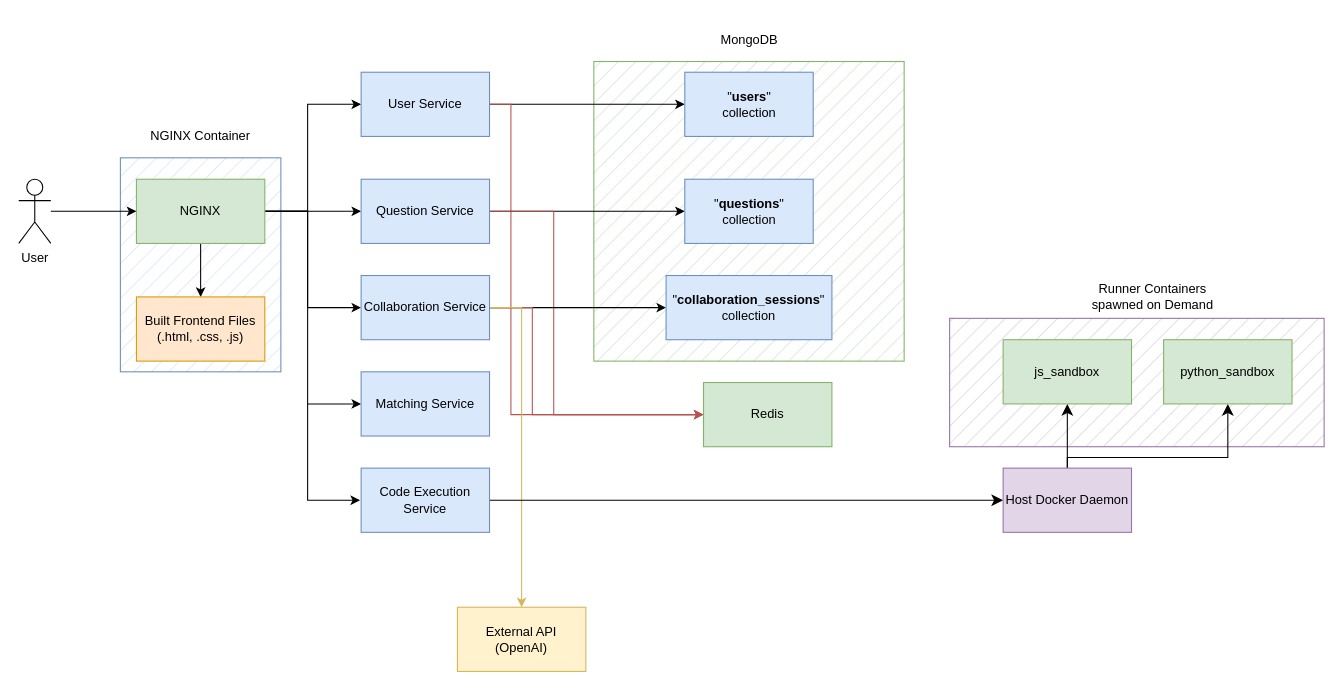
Before: docs/Overall Diagram.drawio in Vatinius/cs3219-ay2526s1-project-g05, a draw.io diagram. Source tidied: cells renumbered, new cells numbered last; positions are measured from the earlier drawing's top-left corner, leaving out a move shared by most shapes. Both pictures are drawn from the tidied source at 107%, with x=0, y=0 at pixel (18, 18).
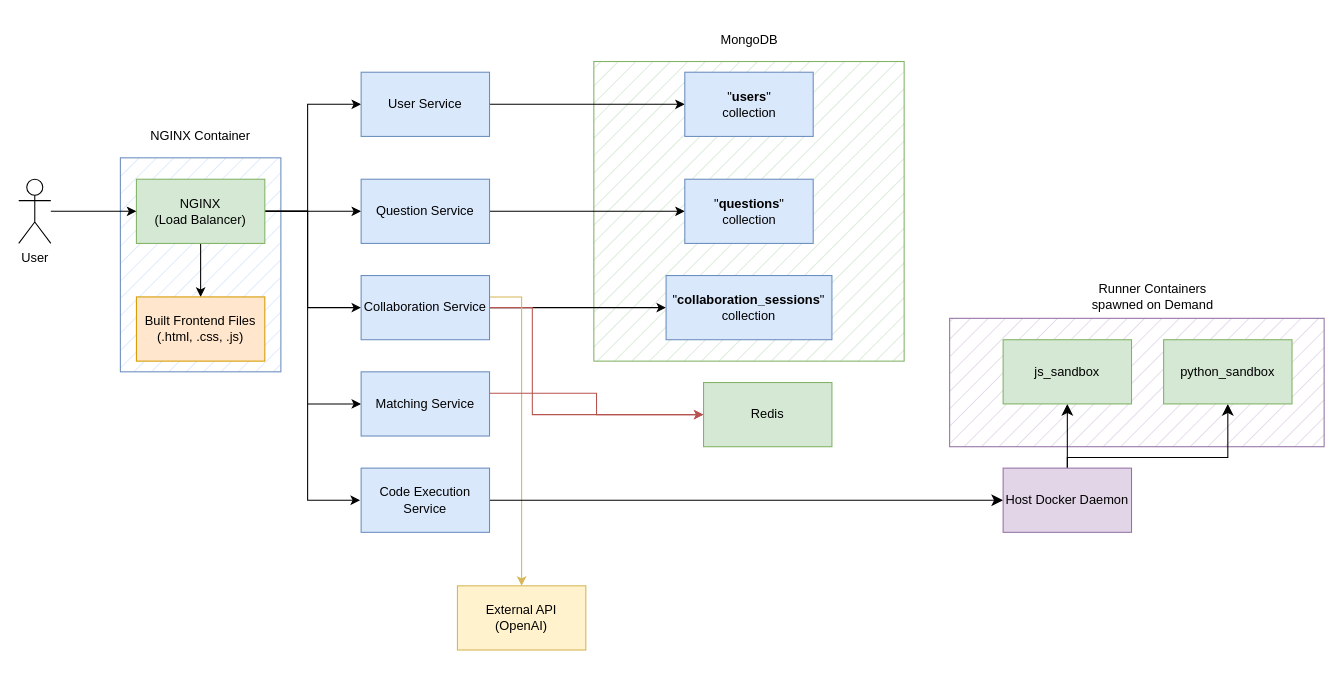
Above is the later version.

Unchanged cells that the change refers to:
```xml
<mxCell id="5" value="Redis" style="rounded=0;whiteSpace=wrap;html=1;fillColor=#d5e8d4;strokeColor=#82b366;" parent="1" vertex="1">
  <mxGeometry x="640" y="340" width="120" height="60" as="geometry" />
</mxCell>
<mxCell id="17" value="User Service" style="rounded=0;whiteSpace=wrap;html=1;fillColor=#dae8fc;strokeColor=#6c8ebf;" parent="1" vertex="1">
  <mxGeometry x="320" y="50" width="120" height="60" as="geometry" />
</mxCell>
<mxCell id="20" value="Question Service" style="rounded=0;whiteSpace=wrap;html=1;fillColor=#dae8fc;strokeColor=#6c8ebf;" parent="1" vertex="1">
  <mxGeometry x="320" y="150" width="120" height="60" as="geometry" />
</mxCell>
<mxCell id="24" value="Collaboration Service" style="rounded=0;whiteSpace=wrap;html=1;fillColor=#dae8fc;strokeColor=#6c8ebf;" parent="1" vertex="1">
  <mxGeometry x="320" y="240" width="120" height="60" as="geometry" />
</mxCell>
<mxCell id="25" value="Matching Service" style="rounded=0;whiteSpace=wrap;html=1;fillColor=#dae8fc;strokeColor=#6c8ebf;" parent="1" vertex="1">
  <mxGeometry x="320" y="330" width="120" height="60" as="geometry" />
</mxCell>
```

Change to the diagram source:
```diff
@@
-    <mxCell id="11" value="NGINX" style="rounded=0;whiteSpace=wrap;html=1;fillColor=#d5e8d4;strokeColor=#82b366;" parent="1" vertex="1">
+    <mxCell id="11" value="NGINX&lt;div&gt;(Load Balancer)&lt;/div&gt;" style="rounded=0;whiteSpace=wrap;html=1;fillColor=#d5e8d4;strokeColor=#82b366;" parent="1" vertex="1">
       <mxGeometry x="110" y="150" width="120" height="60" as="geometry" />
     </mxCell>
@@
-    <mxCell id="16" style="edgeStyle=orthogonalEdgeStyle;rounded=0;jettySize=auto;html=1;entryX=0;entryY=0.5;entryDx=0;entryDy=0;fillColor=#f8cecc;strokeColor=#b85450;" parent="1" edge="1" source="17" target="5">
-      <mxGeometry relative="1" as="geometry">
-        <Array as="points">
-          <mxPoint x="460" y="80" />
-          <mxPoint x="460" y="370" />
-        </Array>
-      </mxGeometry>
-    </mxCell>
@@
-    <mxCell id="19" style="edgeStyle=orthogonalEdgeStyle;rounded=0;jettySize=auto;html=1;entryX=0;entryY=0.5;entryDx=0;entryDy=0;fillColor=#f8cecc;strokeColor=#b85450;" parent="1" edge="1" source="20" target="5">
-      <mxGeometry relative="1" as="geometry">
-        <Array as="points">
-          <mxPoint x="500" y="180" />
-          <mxPoint x="500" y="370" />
-        </Array>
-      </mxGeometry>
-    </mxCell>
@@
-    <mxCell id="23" style="edgeStyle=orthogonalEdgeStyle;rounded=0;jettySize=auto;html=1;fillColor=#fff2cc;strokeColor=#d6b656;entryX=0.5;entryY=0;entryDx=0;entryDy=0;" parent="1" edge="1" source="24" target="40">
+    <mxCell id="23" style="edgeStyle=orthogonalEdgeStyle;rounded=0;jettySize=auto;html=1;fillColor=#fff2cc;strokeColor=#d6b656;entryX=0.5;entryY=0;entryDx=0;entryDy=0;" parent="1" edge="1" target="40">
       <mxGeometry relative="1" as="geometry">
+        <mxPoint x="440" y="260" as="sourcePoint" />
         <Array as="points">
-          <mxPoint x="470" y="270" />
-          <mxPoint x="470" y="550" />
+          <mxPoint x="470" y="260" />
         </Array>
       </mxGeometry>
     </mxCell>
@@
+    <mxCell id="41" style="edgeStyle=orthogonalEdgeStyle;rounded=0;jettySize=auto;html=1;fillColor=#f8cecc;strokeColor=#b85450;" parent="1" edge="1" source="25" target="5">
+      <mxGeometry relative="1" as="geometry">
+        <Array as="points">
+          <mxPoint x="540" y="350" />
+          <mxPoint x="540" y="370" />
+        </Array>
+      </mxGeometry>
+    </mxCell>
@@
     <mxCell id="40" value="External API (OpenAI)" style="rounded=0;whiteSpace=wrap;html=1;fillColor=#fff2cc;strokeColor=#d6b656;" parent="1" vertex="1">
-      <mxGeometry x="410" y="550" width="120" height="60" as="geometry" />
+      <mxGeometry x="410" y="530" width="120" height="60" as="geometry" />
     </mxCell>
```
